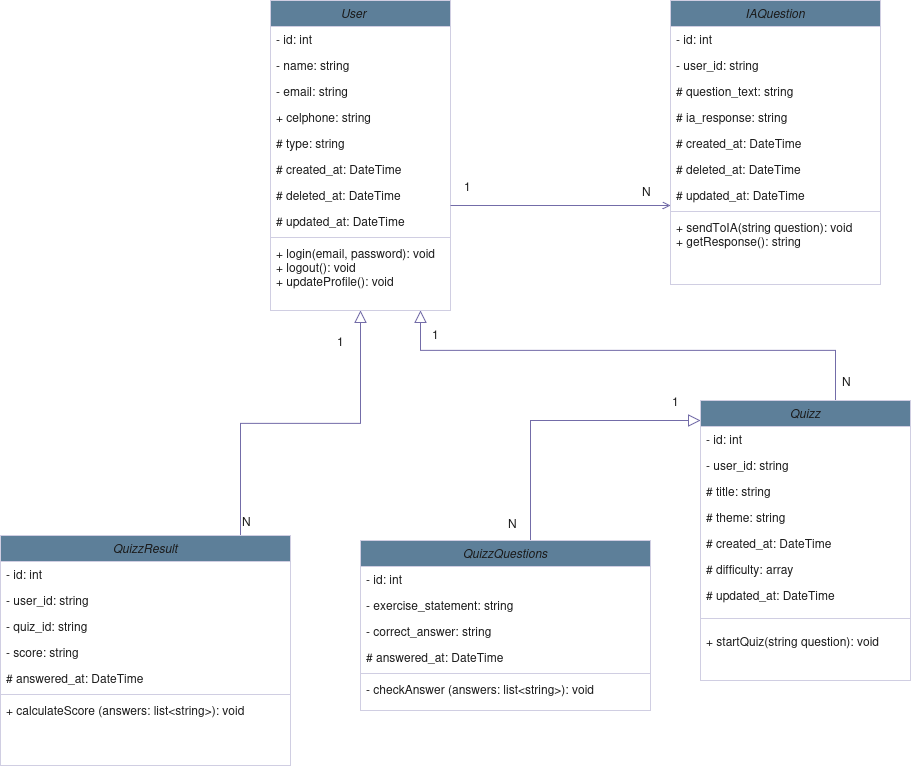
ICEI-PUC-Minas-PBE-ADS-SI/2025-1-p5-tias-FarmaCeltas keeps this draw.io diagram as docs/images/DiagramaDeClasses.drawio.png. Above is the earlier version. Source tidied: cells renumbered, new cells last; positions are measured from the earlier drawing's top-left corner, leaving out a move shared by most shapes.
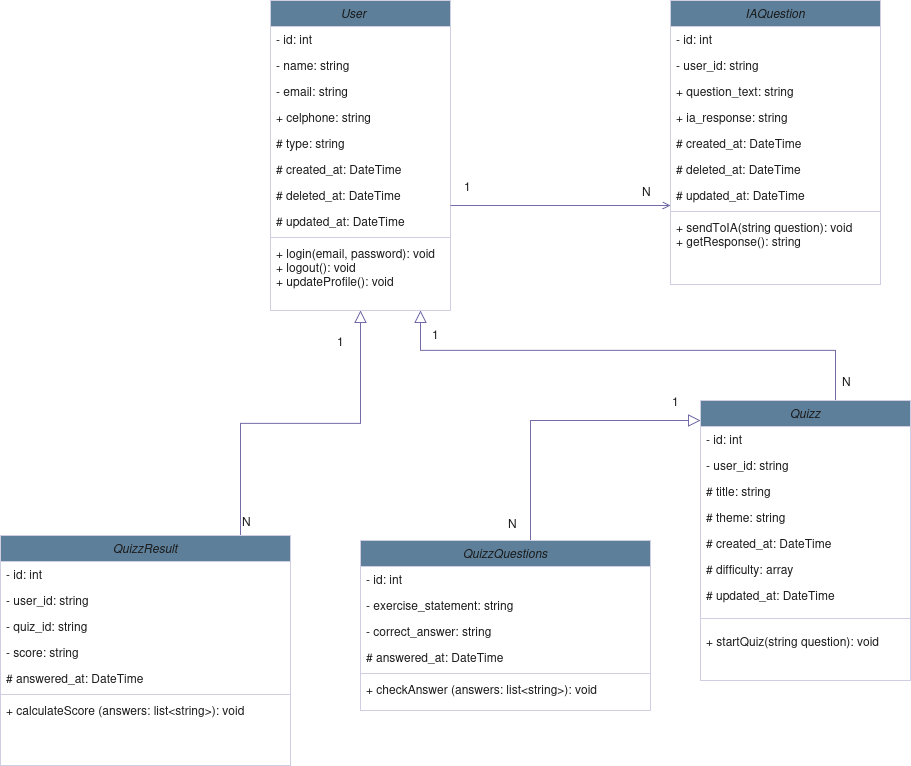
The same file after the commit.

Change to the diagram source:
```diff
@@ -104,10 +104,10 @@
     <mxCell id="30" value="- user_id: string" style="text;align=left;verticalAlign=top;spacingLeft=4;spacingRight=4;overflow=hidden;rounded=0;shadow=0;html=0;labelBackgroundColor=none;fontColor=#1A1A1A;" parent="28" vertex="1">
       <mxGeometry y="52" width="210" height="26" as="geometry" />
     </mxCell>
-    <mxCell id="31" value="# question_text: string" style="text;align=left;verticalAlign=top;spacingLeft=4;spacingRight=4;overflow=hidden;rounded=0;shadow=0;html=0;labelBackgroundColor=none;fontColor=#1A1A1A;" parent="28" vertex="1">
+    <mxCell id="31" value="+ question_text: string" style="text;align=left;verticalAlign=top;spacingLeft=4;spacingRight=4;overflow=hidden;rounded=0;shadow=0;html=0;labelBackgroundColor=none;fontColor=#1A1A1A;" parent="28" vertex="1">
       <mxGeometry y="78" width="210" height="26" as="geometry" />
     </mxCell>
-    <mxCell id="32" value="# ia_response: string" style="text;align=left;verticalAlign=top;spacingLeft=4;spacingRight=4;overflow=hidden;rounded=0;shadow=0;html=0;labelBackgroundColor=none;fontColor=#1A1A1A;" parent="28" vertex="1">
+    <mxCell id="32" value="+ ia_response: string" style="text;align=left;verticalAlign=top;spacingLeft=4;spacingRight=4;overflow=hidden;rounded=0;shadow=0;html=0;labelBackgroundColor=none;fontColor=#1A1A1A;" parent="28" vertex="1">
       <mxGeometry y="104" width="210" height="26" as="geometry" />
     </mxCell>
     <mxCell id="33" value="# created_at: DateTime" style="text;align=left;verticalAlign=top;spacingLeft=4;spacingRight=4;overflow=hidden;rounded=0;shadow=0;html=0;labelBackgroundColor=none;fontColor=#1A1A1A;" parent="28" vertex="1">
@@ -182,7 +182,7 @@
     <mxCell id="54" style="line;html=1;strokeWidth=1;align=left;verticalAlign=middle;spacingTop=-1;spacingLeft=3;spacingRight=3;labelPosition=right;labelBackgroundColor=none;fillColor=#5D7F99;strokeColor=#D0CEE2;fontColor=#1A1A1A;" parent="49" vertex="1">
       <mxGeometry y="130" width="290" height="6" as="geometry" />
     </mxCell>
-    <mxCell id="55" value="- checkAnswer (answers: list&lt;string&gt;): void" style="text;align=left;verticalAlign=top;spacingLeft=4;spacingRight=4;overflow=hidden;labelBackgroundColor=none;fontColor=#1A1A1A;" parent="49" vertex="1">
+    <mxCell id="55" value="+ checkAnswer (answers: list&lt;string&gt;): void" style="text;align=left;verticalAlign=top;spacingLeft=4;spacingRight=4;overflow=hidden;labelBackgroundColor=none;fontColor=#1A1A1A;" parent="49" vertex="1">
       <mxGeometry y="136" width="290" height="28" as="geometry" />
     </mxCell>
     <mxCell id="56" value="1" style="text;whiteSpace=wrap;html=1;labelBackgroundColor=none;fontColor=#1A1A1A;" parent="1" vertex="1">
```
